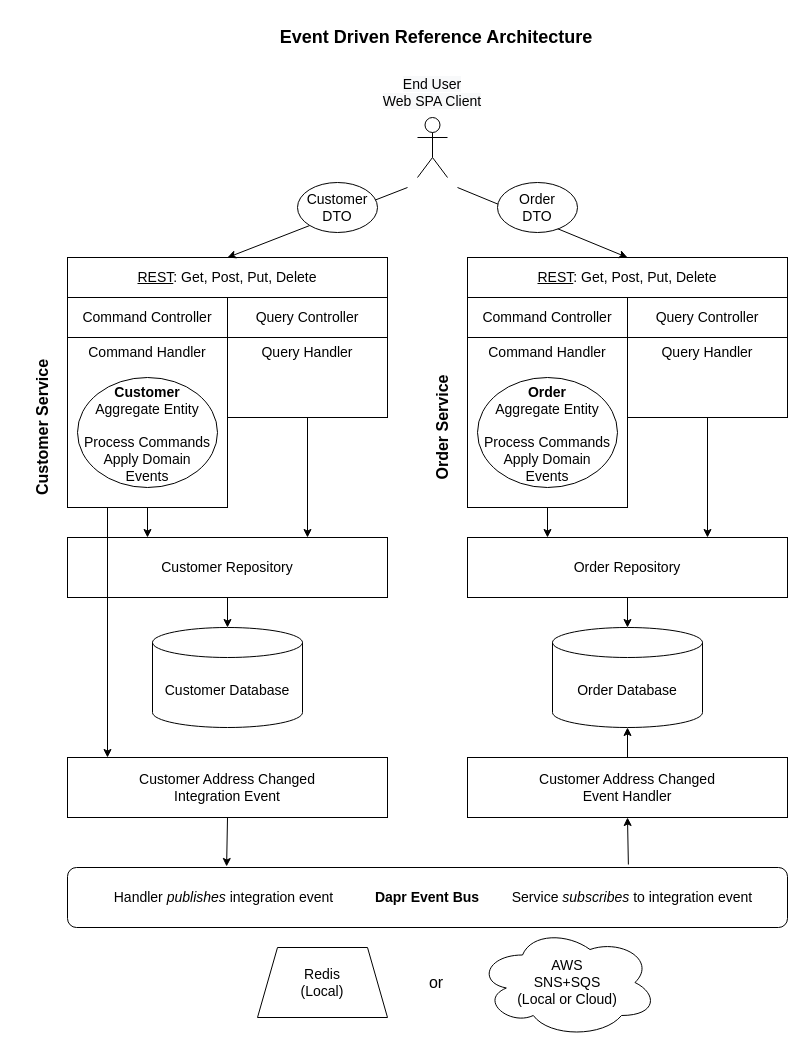
This is images/event-driven-ref-arch.drawio from event-driven-dotnet/Home, a draw.io file, before an edit. Source tidied: cells renumbered, new cells numbered last; positions are measured from the earlier drawing's top-left corner, leaving out a move shared by most shapes. Both pictures are drawn from the tidied source at 100%, with x=0, y=0 at pixel (17, 17).
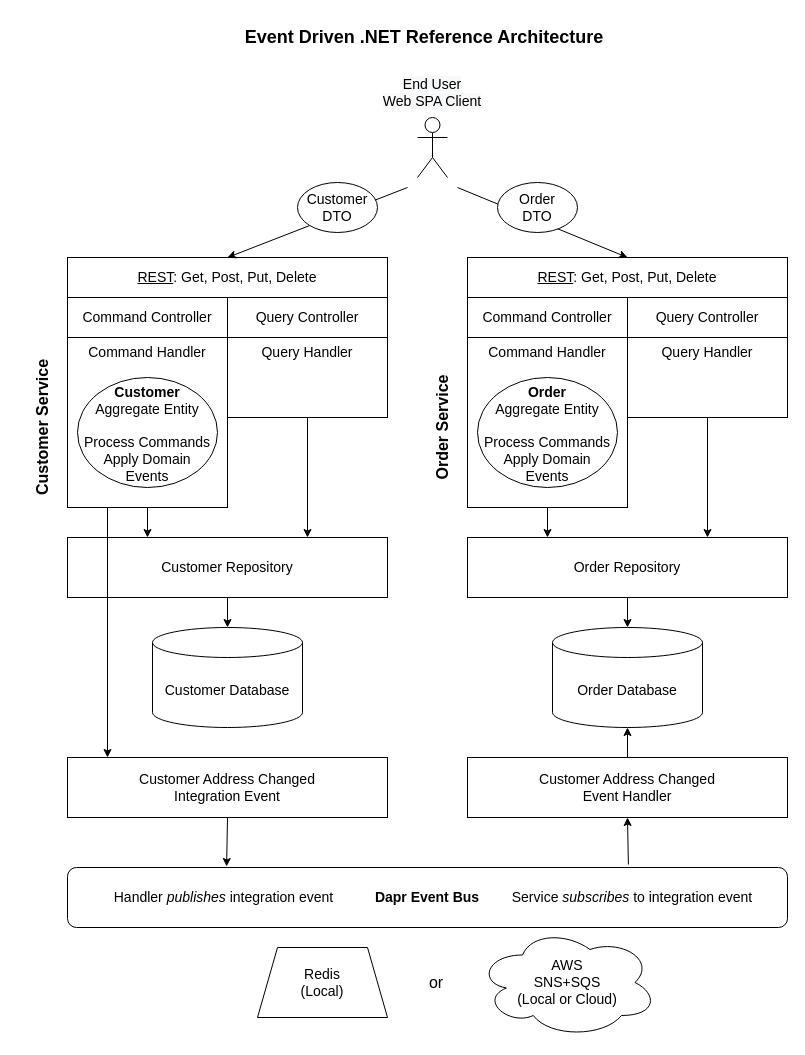
After the change.

What changed in the source:
```diff
@@
-    <mxCell id="4" value="Event Driven Reference Architecture" style="text;html=1;strokeColor=none;fillColor=none;align=center;verticalAlign=middle;whiteSpace=wrap;rounded=0;fontSize=18;fontStyle=1;" parent="1" vertex="1">
-      <mxGeometry x="214" width="410" height="40" as="geometry" />
+    <mxCell id="4" value="Event Driven .NET Reference Architecture" style="text;html=1;strokeColor=none;fillColor=none;align=center;verticalAlign=middle;whiteSpace=wrap;rounded=0;fontSize=18;fontStyle=1;" parent="1" vertex="1">
+      <mxGeometry x="47" width="720" height="40" as="geometry" />
     </mxCell>
```
